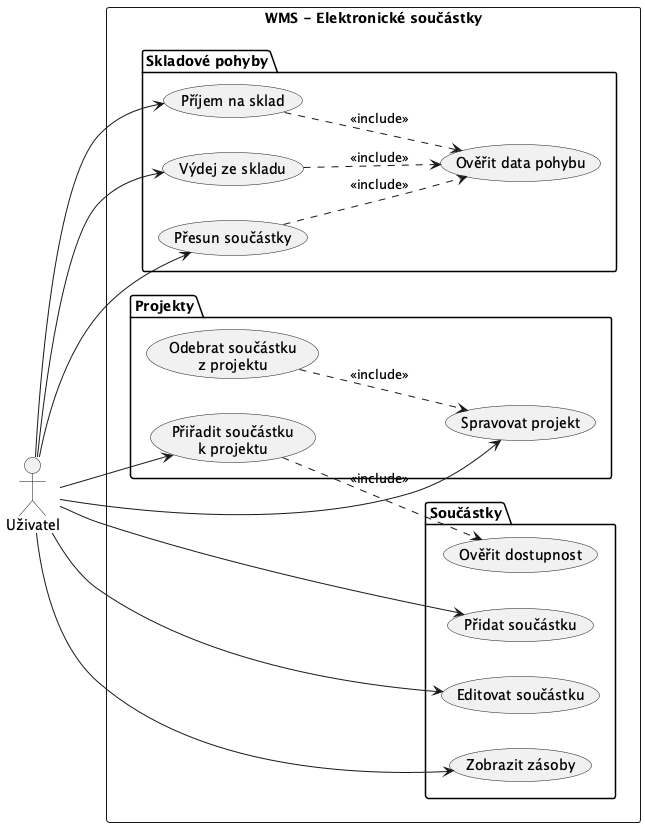
Earlier version of the PlantUML export docs/images/01_use_case.png (lkvapil/wms-elektronicke-soucastky). Source of this version:
```plantuml
@startuml 01_use_case
left to right direction

actor "Uživatel" as Uzivatel

rectangle "WMS - Elektronické součástky" {

  package "Skladové pohyby" {
    usecase "Příjem na sklad" as UC_PRIJEM
    usecase "Výdej ze skladu" as UC_VYDEJ
    usecase "Přesun součástky" as UC_PRESUN
    usecase "Ověřit data pohybu" as UC_OVERIT
  }

  package "Součástky" {
    usecase "Přidat součástku" as UC_ADD
    usecase "Editovat součástku" as UC_EDIT
    usecase "Zobrazit zásoby" as UC_ZASOBY
    usecase "Ověřit dostupnost" as UC_DOSTUPNOST
  }

  package "Projekty" {
    usecase "Spravovat projekt" as UC_PROJEKT
    usecase "Přiřadit součástku\nk projektu" as UC_PRIRADIT
    usecase "Odebrat součástku\nz projektu" as UC_ODEBRAT
  }

}

Uzivatel --> UC_PRIJEM
Uzivatel --> UC_VYDEJ
Uzivatel --> UC_PRESUN
Uzivatel --> UC_ADD
Uzivatel --> UC_EDIT
Uzivatel --> UC_ZASOBY
Uzivatel --> UC_PROJEKT
Uzivatel --> UC_PRIRADIT

UC_PRIJEM  ..> UC_OVERIT : <<include>>
UC_VYDEJ   ..> UC_OVERIT : <<include>>
UC_PRESUN  ..> UC_OVERIT : <<include>>

UC_PRIRADIT ..> UC_DOSTUPNOST : <<include>>
UC_ODEBRAT  ..> UC_PROJEKT    : <<include>>

@enduml
```
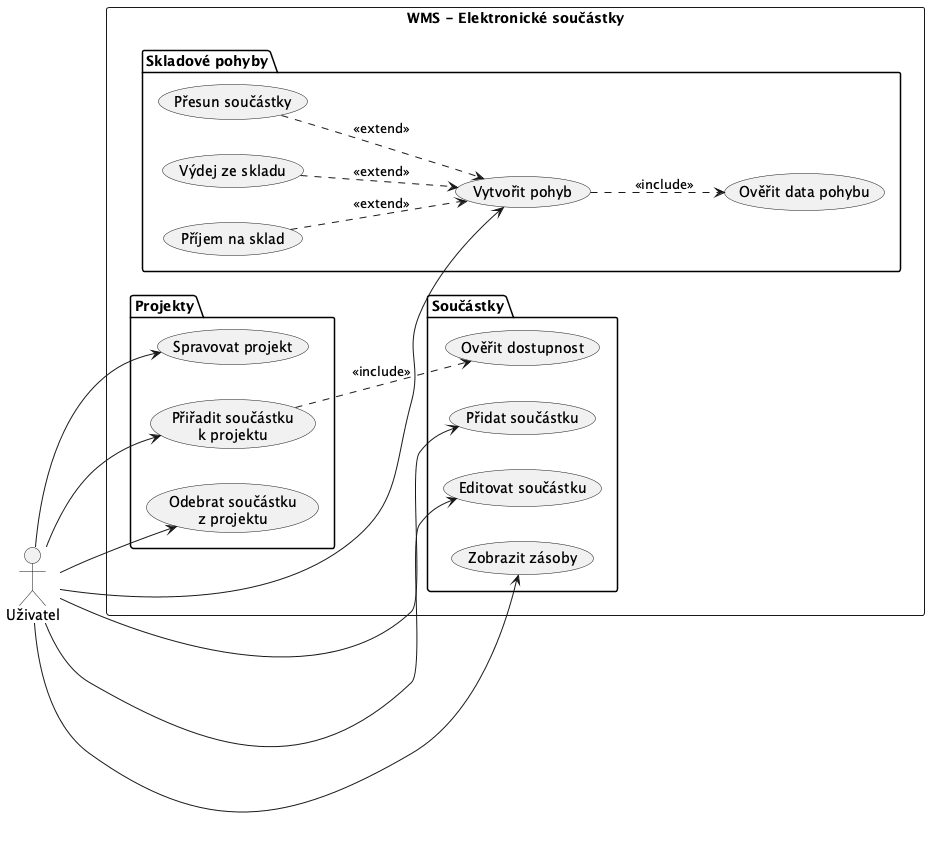
After the commit.

Commit message:
Use Case diagram – opravena struktura dle PPT (extend/include směry, přidán Vytvořit pohyb)

Change to the diagram source:
```diff
@@ -6,10 +6,11 @@
 rectangle "WMS - Elektronické součástky" {
 
   package "Skladové pohyby" {
+    usecase "Vytvořit pohyb" as UC_POHYB
+    usecase "Ověřit data pohybu" as UC_OVERIT
     usecase "Příjem na sklad" as UC_PRIJEM
     usecase "Výdej ze skladu" as UC_VYDEJ
     usecase "Přesun součástky" as UC_PRESUN
-    usecase "Ověřit data pohybu" as UC_OVERIT
   }
 
   package "Součástky" {
@@ -27,20 +28,19 @@
 
 }
 
-Uzivatel --> UC_PRIJEM
-Uzivatel --> UC_VYDEJ
-Uzivatel --> UC_PRESUN
+Uzivatel --> UC_POHYB
 Uzivatel --> UC_ADD
 Uzivatel --> UC_EDIT
 Uzivatel --> UC_ZASOBY
 Uzivatel --> UC_PROJEKT
 Uzivatel --> UC_PRIRADIT
+Uzivatel --> UC_ODEBRAT
 
-UC_PRIJEM  ..> UC_OVERIT : <<include>>
-UC_VYDEJ   ..> UC_OVERIT : <<include>>
-UC_PRESUN  ..> UC_OVERIT : <<include>>
+UC_POHYB    ..> UC_OVERIT     : <<include>>
+UC_PRIRADIT ..> UC_DOSTUPNOST : <<include>>
 
-UC_PRIRADIT ..> UC_DOSTUPNOST : <<include>>
-UC_ODEBRAT  ..> UC_PROJEKT    : <<include>>
+UC_PRIJEM ..> UC_POHYB : <<extend>>
+UC_VYDEJ  ..> UC_POHYB : <<extend>>
+UC_PRESUN ..> UC_POHYB : <<extend>>
 
 @enduml
```
